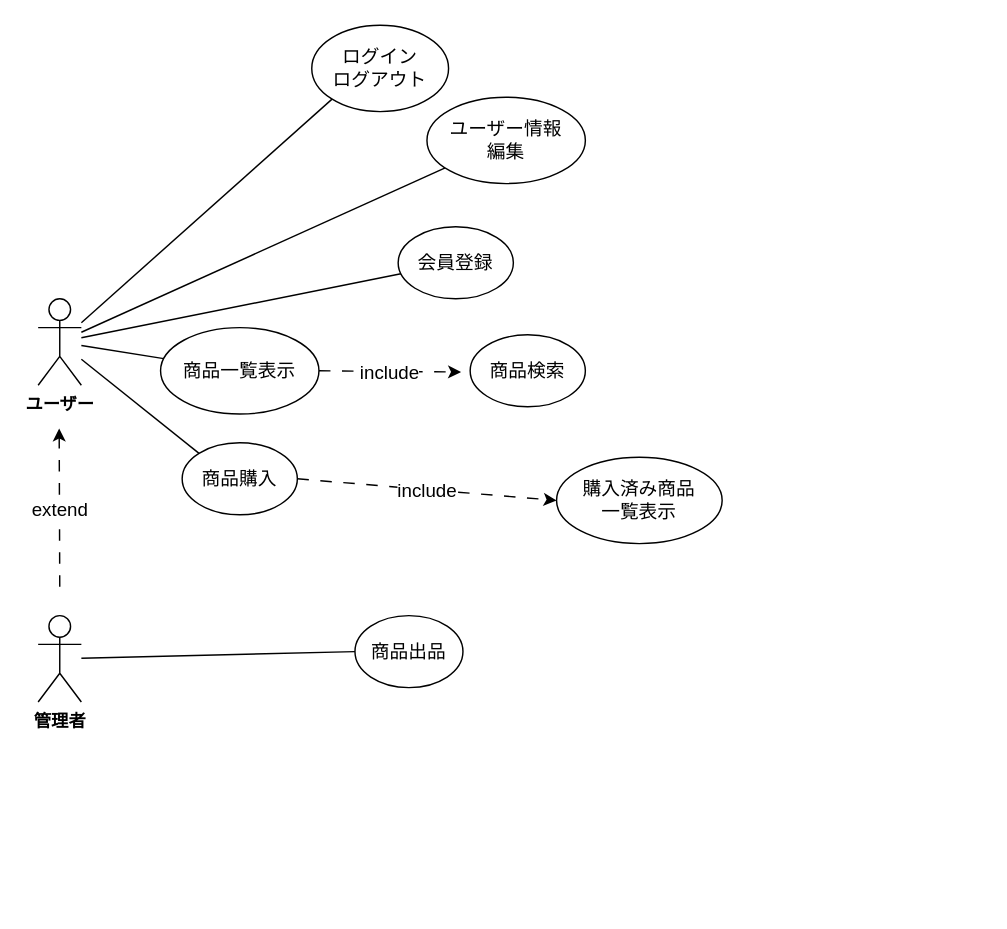
rpentry202301/Project.Espoir keeps this draw.io diagram as src/php/public/drawing/usecase.drawio. Above is the earlier version. Source tidied: cells renumbered, new cells numbered last; positions are measured from the earlier drawing's top-left corner, leaving out a move shared by most shapes. Both pictures are drawn from the tidied source at 144%, with x=0, y=0 at pixel (37, 24).
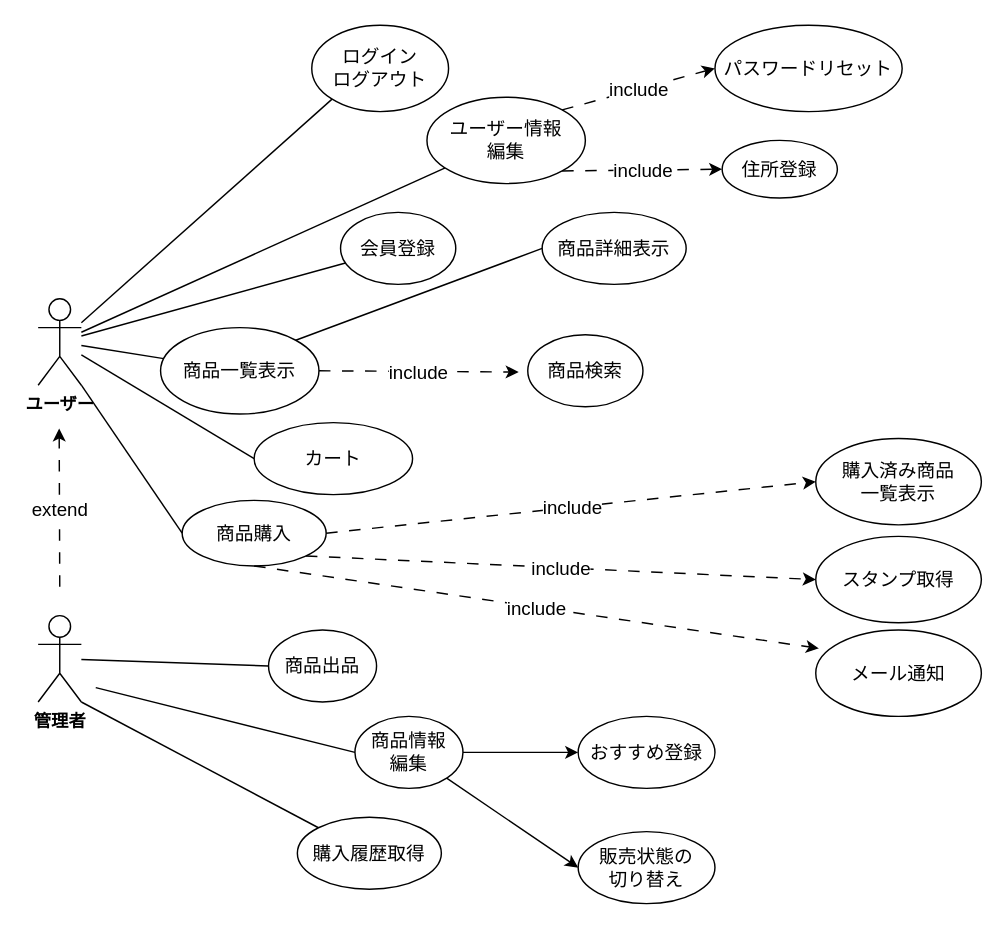
The same page after the edit.

Commit message:
draw.ioの修正

The change refers to these unchanged cells:
```xml
<mxCell id="2" value="ユーザー" style="shape=umlActor;verticalLabelPosition=bottom;verticalAlign=top;html=1;outlineConnect=0;fontStyle=1;" parent="1" vertex="1">
  <mxGeometry y="190" width="30" height="60" as="geometry" />
</mxCell>
<mxCell id="6" value="&lt;font style=&quot;font-size: 13px;&quot;&gt;商品一覧表示&lt;/font&gt;" style="ellipse;whiteSpace=wrap;html=1;" parent="1" vertex="1">
  <mxGeometry x="85" y="210" width="110" height="60" as="geometry" />
</mxCell>
<mxCell id="9" value="&lt;font style=&quot;font-size: 13px;&quot;&gt;&lt;font style=&quot;font-size: 13px;&quot;&gt;ユーザー情報&lt;br&gt;編集&lt;/font&gt;&lt;/font&gt;" style="ellipse;whiteSpace=wrap;html=1;" parent="1" vertex="1">
  <mxGeometry x="270" y="50" width="110" height="60" as="geometry" />
</mxCell>
<mxCell id="16" value="管理者" style="shape=umlActor;verticalLabelPosition=bottom;verticalAlign=top;html=1;outlineConnect=0;fontStyle=1;" parent="1" vertex="1">
  <mxGeometry y="410" width="30" height="60" as="geometry" />
</mxCell>
```

The edit, as a diff of the source:
```diff
@@
     <mxCell id="4" value="&lt;font style=&quot;font-size: 13px;&quot;&gt;会員登録&lt;/font&gt;" style="ellipse;whiteSpace=wrap;html=1;" parent="1" vertex="1">
-      <mxGeometry x="250" y="140" width="80" height="50" as="geometry" />
+      <mxGeometry x="210" y="130" width="80" height="50" as="geometry" />
     </mxCell>
@@
     <mxCell id="7" value="&lt;font style=&quot;font-size: 13px;&quot;&gt;商品検索&lt;/font&gt;" style="ellipse;whiteSpace=wrap;html=1;" parent="1" vertex="1">
-      <mxGeometry x="300" y="215" width="80" height="50" as="geometry" />
+      <mxGeometry x="340" y="215" width="80" height="50" as="geometry" />
     </mxCell>
@@
     <mxCell id="13" value="商品出品" style="ellipse;whiteSpace=wrap;html=1;fontSize=13;" parent="1" vertex="1">
-      <mxGeometry x="220" y="410" width="75" height="50" as="geometry" />
+      <mxGeometry x="160" y="420" width="75" height="50" as="geometry" />
     </mxCell>
     <mxCell id="14" value="&lt;font style=&quot;font-size: 13px;&quot;&gt;購入済み商品&lt;br&gt;一覧表示&lt;/font&gt;" style="ellipse;whiteSpace=wrap;html=1;" parent="1" vertex="1">
-      <mxGeometry x="360" y="300" width="115" height="60" as="geometry" />
+      <mxGeometry x="540" y="287" width="115" height="60" as="geometry" />
     </mxCell>
     <mxCell id="15" value="&lt;font style=&quot;font-size: 13px;&quot;&gt;商品購入&lt;/font&gt;" style="ellipse;whiteSpace=wrap;html=1;" parent="1" vertex="1">
-      <mxGeometry x="100" y="290" width="80" height="50" as="geometry" />
+      <mxGeometry x="100" y="330" width="100" height="45.5" as="geometry" />
     </mxCell>
@@
-    <mxCell id="23" style="endArrow=none;html=1;entryX=0;entryY=0;entryDx=0;entryDy=0;" parent="1" edge="1" source="2" target="15">
+    <mxCell id="23" style="endArrow=none;html=1;entryX=0;entryY=0.5;entryDx=0;entryDy=0;" parent="1" edge="1" source="2" target="46">
       <mxGeometry relative="1" as="geometry" />
     </mxCell>
+    <mxCell id="24" style="edgeStyle=none;html=1;" parent="1" edge="1" source="25" target="27">
+      <mxGeometry relative="1" as="geometry" />
+    </mxCell>
+    <mxCell id="25" value="商品情報&lt;br&gt;編集" style="ellipse;whiteSpace=wrap;html=1;fontSize=13;" parent="1" vertex="1">
+      <mxGeometry x="220" y="480" width="75" height="50" as="geometry" />
+    </mxCell>
+    <mxCell id="26" style="endArrow=none;html=1;fontSize=13;entryX=0;entryY=0.5;entryDx=0;entryDy=0;" parent="1" edge="1" target="25">
+      <mxGeometry relative="1" as="geometry">
+        <mxPoint x="40" y="460" as="sourcePoint" />
+      </mxGeometry>
+    </mxCell>
+    <mxCell id="27" value="おすすめ登録" style="ellipse;whiteSpace=wrap;html=1;fontSize=13;" parent="1" vertex="1">
+      <mxGeometry x="375" y="480" width="95" height="50" as="geometry" />
+    </mxCell>
+    <mxCell id="28" value="販売状態の&lt;br&gt;切り替え" style="ellipse;whiteSpace=wrap;html=1;fontSize=13;" parent="1" vertex="1">
+      <mxGeometry x="375" y="560" width="95" height="50" as="geometry" />
+    </mxCell>
+    <mxCell id="29" style="edgeStyle=none;html=1;entryX=0;entryY=0.5;entryDx=0;entryDy=0;" parent="1" edge="1" source="25" target="28">
+      <mxGeometry relative="1" as="geometry" />
+    </mxCell>
+    <mxCell id="30" value="&lt;span style=&quot;font-size: 13px;&quot;&gt;スタンプ取得&lt;/span&gt;" style="ellipse;whiteSpace=wrap;html=1;" parent="1" vertex="1">
+      <mxGeometry x="540" y="355" width="115" height="60" as="geometry" />
+    </mxCell>
+    <mxCell id="31" style="endArrow=classic;html=1;dashed=1;dashPattern=8 8;fontSize=13;endFill=1;exitX=1;exitY=1;exitDx=0;exitDy=0;entryX=0;entryY=0.5;entryDx=0;entryDy=0;" parent="1" edge="1" source="15" target="30">
+      <mxGeometry relative="1" as="geometry" />
+    </mxCell>
+    <mxCell id="32" value="include" style="edgeLabel;html=1;align=center;verticalAlign=middle;fontSize=13;" parent="31" vertex="1">
+      <mxGeometry relative="1" as="geometry" />
+    </mxCell>
+    <mxCell id="33" style="endArrow=none;html=1;fontSize=13;exitX=1;exitY=1;exitDx=0;exitDy=0;exitPerimeter=0;entryX=0;entryY=0;entryDx=0;entryDy=0;" parent="1" edge="1" source="16" target="34">
+      <mxGeometry relative="1" as="geometry" />
+    </mxCell>
+    <mxCell id="34" value="購入履歴取得" style="ellipse;whiteSpace=wrap;html=1;fontSize=13;" parent="1" vertex="1">
+      <mxGeometry x="180" y="550" width="100" height="50" as="geometry" />
+    </mxCell>
+    <mxCell id="35" value="&lt;span style=&quot;font-size: 13px;&quot;&gt;メール通知&lt;/span&gt;" style="ellipse;whiteSpace=wrap;html=1;" parent="1" vertex="1">
+      <mxGeometry x="540" y="420" width="115" height="60" as="geometry" />
+    </mxCell>
+    <mxCell id="36" style="endArrow=classic;html=1;dashed=1;dashPattern=8 8;fontSize=13;endFill=1;entryX=0.019;entryY=0.213;entryDx=0;entryDy=0;entryPerimeter=0;exitX=0.5;exitY=1;exitDx=0;exitDy=0;" parent="1" edge="1" source="15" target="35">
+      <mxGeometry relative="1" as="geometry" />
+    </mxCell>
+    <mxCell id="37" value="include" style="edgeLabel;html=1;align=center;verticalAlign=middle;fontSize=13;" parent="36" vertex="1">
+      <mxGeometry relative="1" as="geometry" />
+    </mxCell>
+    <mxCell id="38" value="&lt;font style=&quot;font-size: 13px;&quot;&gt;商品詳細表示&lt;/font&gt;" style="ellipse;whiteSpace=wrap;html=1;" parent="1" vertex="1">
+      <mxGeometry x="350" y="130" width="100" height="50" as="geometry" />
+    </mxCell>
+    <mxCell id="39" style="endArrow=none;html=1;entryX=0;entryY=0.5;entryDx=0;entryDy=0;exitX=1;exitY=0;exitDx=0;exitDy=0;" parent="1" edge="1" source="6" target="38">
+      <mxGeometry relative="1" as="geometry" />
+    </mxCell>
+    <mxCell id="40" value="&lt;span style=&quot;font-size: 13px;&quot;&gt;パスワードリセット&lt;/span&gt;" style="ellipse;whiteSpace=wrap;html=1;" parent="1" vertex="1">
+      <mxGeometry x="470" width="130" height="60" as="geometry" />
+    </mxCell>
+    <mxCell id="41" style="endArrow=classic;html=1;dashed=1;dashPattern=8 8;fontSize=13;endFill=1;exitX=1;exitY=0;exitDx=0;exitDy=0;entryX=0;entryY=0.5;entryDx=0;entryDy=0;" parent="1" edge="1" source="9" target="40">
+      <mxGeometry relative="1" as="geometry" />
+    </mxCell>
+    <mxCell id="42" value="include" style="edgeLabel;html=1;align=center;verticalAlign=middle;fontSize=13;" parent="41" vertex="1">
+      <mxGeometry relative="1" as="geometry" />
+    </mxCell>
+    <mxCell id="43" value="&lt;span style=&quot;font-size: 13px;&quot;&gt;住所登録&lt;/span&gt;" style="ellipse;whiteSpace=wrap;html=1;" parent="1" vertex="1">
+      <mxGeometry x="475" y="80" width="80" height="40" as="geometry" />
+    </mxCell>
+    <mxCell id="44" style="endArrow=classic;html=1;dashed=1;dashPattern=8 8;fontSize=13;endFill=1;exitX=1;exitY=1;exitDx=0;exitDy=0;entryX=0;entryY=0.5;entryDx=0;entryDy=0;" parent="1" edge="1" source="9" target="43">
+      <mxGeometry relative="1" as="geometry" />
+    </mxCell>
+    <mxCell id="45" value="include" style="edgeLabel;html=1;align=center;verticalAlign=middle;fontSize=13;" parent="44" vertex="1">
+      <mxGeometry relative="1" as="geometry" />
+    </mxCell>
+    <mxCell id="46" value="&lt;font style=&quot;font-size: 13px;&quot;&gt;カート&lt;/font&gt;" style="ellipse;whiteSpace=wrap;html=1;" parent="1" vertex="1">
+      <mxGeometry x="150" y="276" width="110" height="50" as="geometry" />
+    </mxCell>
+    <mxCell id="47" style="endArrow=none;html=1;entryX=0;entryY=0.5;entryDx=0;entryDy=0;exitX=1;exitY=1;exitDx=0;exitDy=0;exitPerimeter=0;" parent="1" edge="1" source="2" target="15">
+      <mxGeometry relative="1" as="geometry" />
+    </mxCell>
```
